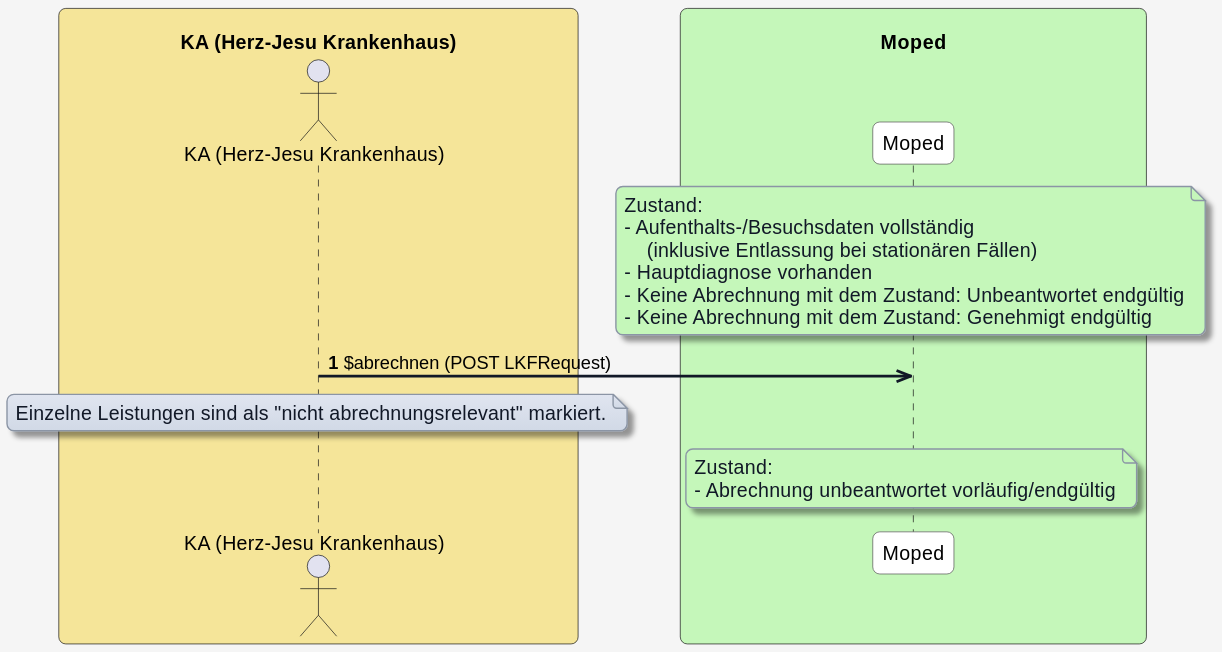
HL7Austria/hl7austria.github.io keeps this PlantUML diagram as r5-ELGA-MOPED-main/plantuml/moped-fall-abrechnen/abrechnen-leitsung-ohne-abrechnungsrelevanz.svg. Above is the earlier version. Source of this version:
```plantuml
@startuml
skinparam borderColor #000000
skinparam backgroundColor #f5f5f5
skinparam shadowing false
skinparam roundCorner 10
skinparam defaultFontName "Arial"
skinparam defaultFontSize 14
skinparam defaultFontColor #000000

skinparam note {
  BackgroundColor #e0e5f0-#d1d9e6
  BorderColor #8b95a5
  BorderThickness 1
  RoundCorner 8
  Padding 6
  FontColor #111827
  Shadowing true
}

skinparam HyperlinkColor #0000EE
skinparam HyperlinkUnderline false

skinparam sequence {
  ParticipantBorderColor #555555
  ParticipantBackgroundColor #ffffff
  ParticipantFontColor #000000
  ParticipantFontSize 14
  ParticipantPadding 20
  ArrowColor #111827
  ArrowThickness 2
  ArrowFontColor #000000
  ArrowFontSize 13
  GroupBorderColor #111827
  GroupBackgroundColor #f3f4f6
  GroupBorderThickness 1
}

skinparam BoxPadding 20
skinparam BoxBorderColor #555555

box "\n                     KH (Herz-Jesu Krankenhaus)                     " #f5e599
  actor KH as "KH (Herz-Jesu Krankenhaus)"
end box

box "\n                                   Moped                                   " #c5f7ba
  participant MP as "Moped"
end box


autonumber

note over MP #c5f7ba
Zustand:
- Aufenthalts-/Besuchsdaten vollständig
    (inklusive Entlassung bei stationären Fällen)
- Hauptdiagnose vorhanden
- Keine Abrechnung mit dem Zustand: Unbeantwortet endgültig
- Keine Abrechnung mit dem Zustand: Genehmigt endgültig
end note

KH ->> MP: $abrechnen (POST LKFRequest)

note over KH
Einzelne Leistungen sind als "nicht abrechnungsrelevant" markiert.
end note

note over MP #c5f7ba
Zustand:
- Abrechnung unbeantwortet vorläufig/endgültig
end note
@enduml
```
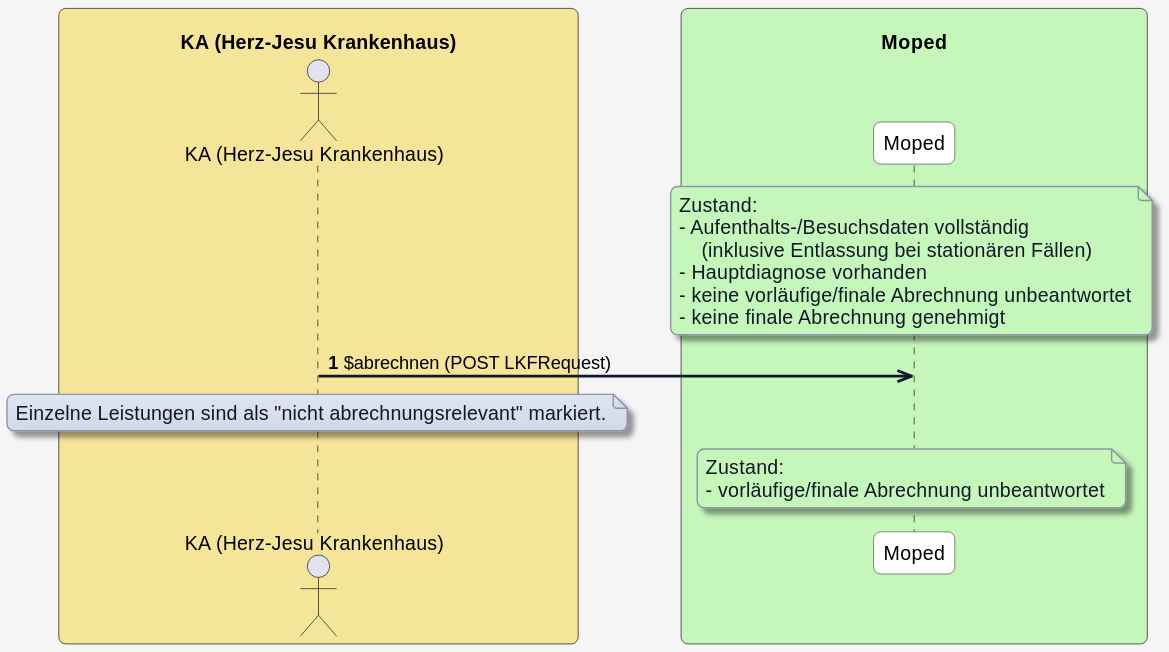
The same diagram one commit later.

The edit, as a diff of the source:
```diff
@@ -38,8 +38,8 @@
 skinparam BoxPadding 20
 skinparam BoxBorderColor #555555
 
-box "\n                     KH (Herz-Jesu Krankenhaus)                     " #f5e599
-  actor KH as "KH (Herz-Jesu Krankenhaus)"
+box "\n                     KA (Herz-Jesu Krankenhaus)                     " #f5e599
+  actor KA as "KA (Herz-Jesu Krankenhaus)"
 end box
 
 box "\n                                   Moped                                   " #c5f7ba
@@ -54,18 +54,18 @@
 - Aufenthalts-/Besuchsdaten vollständig
     (inklusive Entlassung bei stationären Fällen)
 - Hauptdiagnose vorhanden
-- Keine Abrechnung mit dem Zustand: Unbeantwortet endgültig
-- Keine Abrechnung mit dem Zustand: Genehmigt endgültig
+- keine vorläufige/finale Abrechnung unbeantwortet
+- keine finale Abrechnung genehmigt
 end note
 
-KH ->> MP: $abrechnen (POST LKFRequest)
+KA ->> MP: $abrechnen (POST LKFRequest)
 
-note over KH
+note over KA
 Einzelne Leistungen sind als "nicht abrechnungsrelevant" markiert.
 end note
 
 note over MP #c5f7ba
 Zustand:
-- Abrechnung unbeantwortet vorläufig/endgültig
+- vorläufige/finale Abrechnung unbeantwortet
 end note
 @enduml
```
